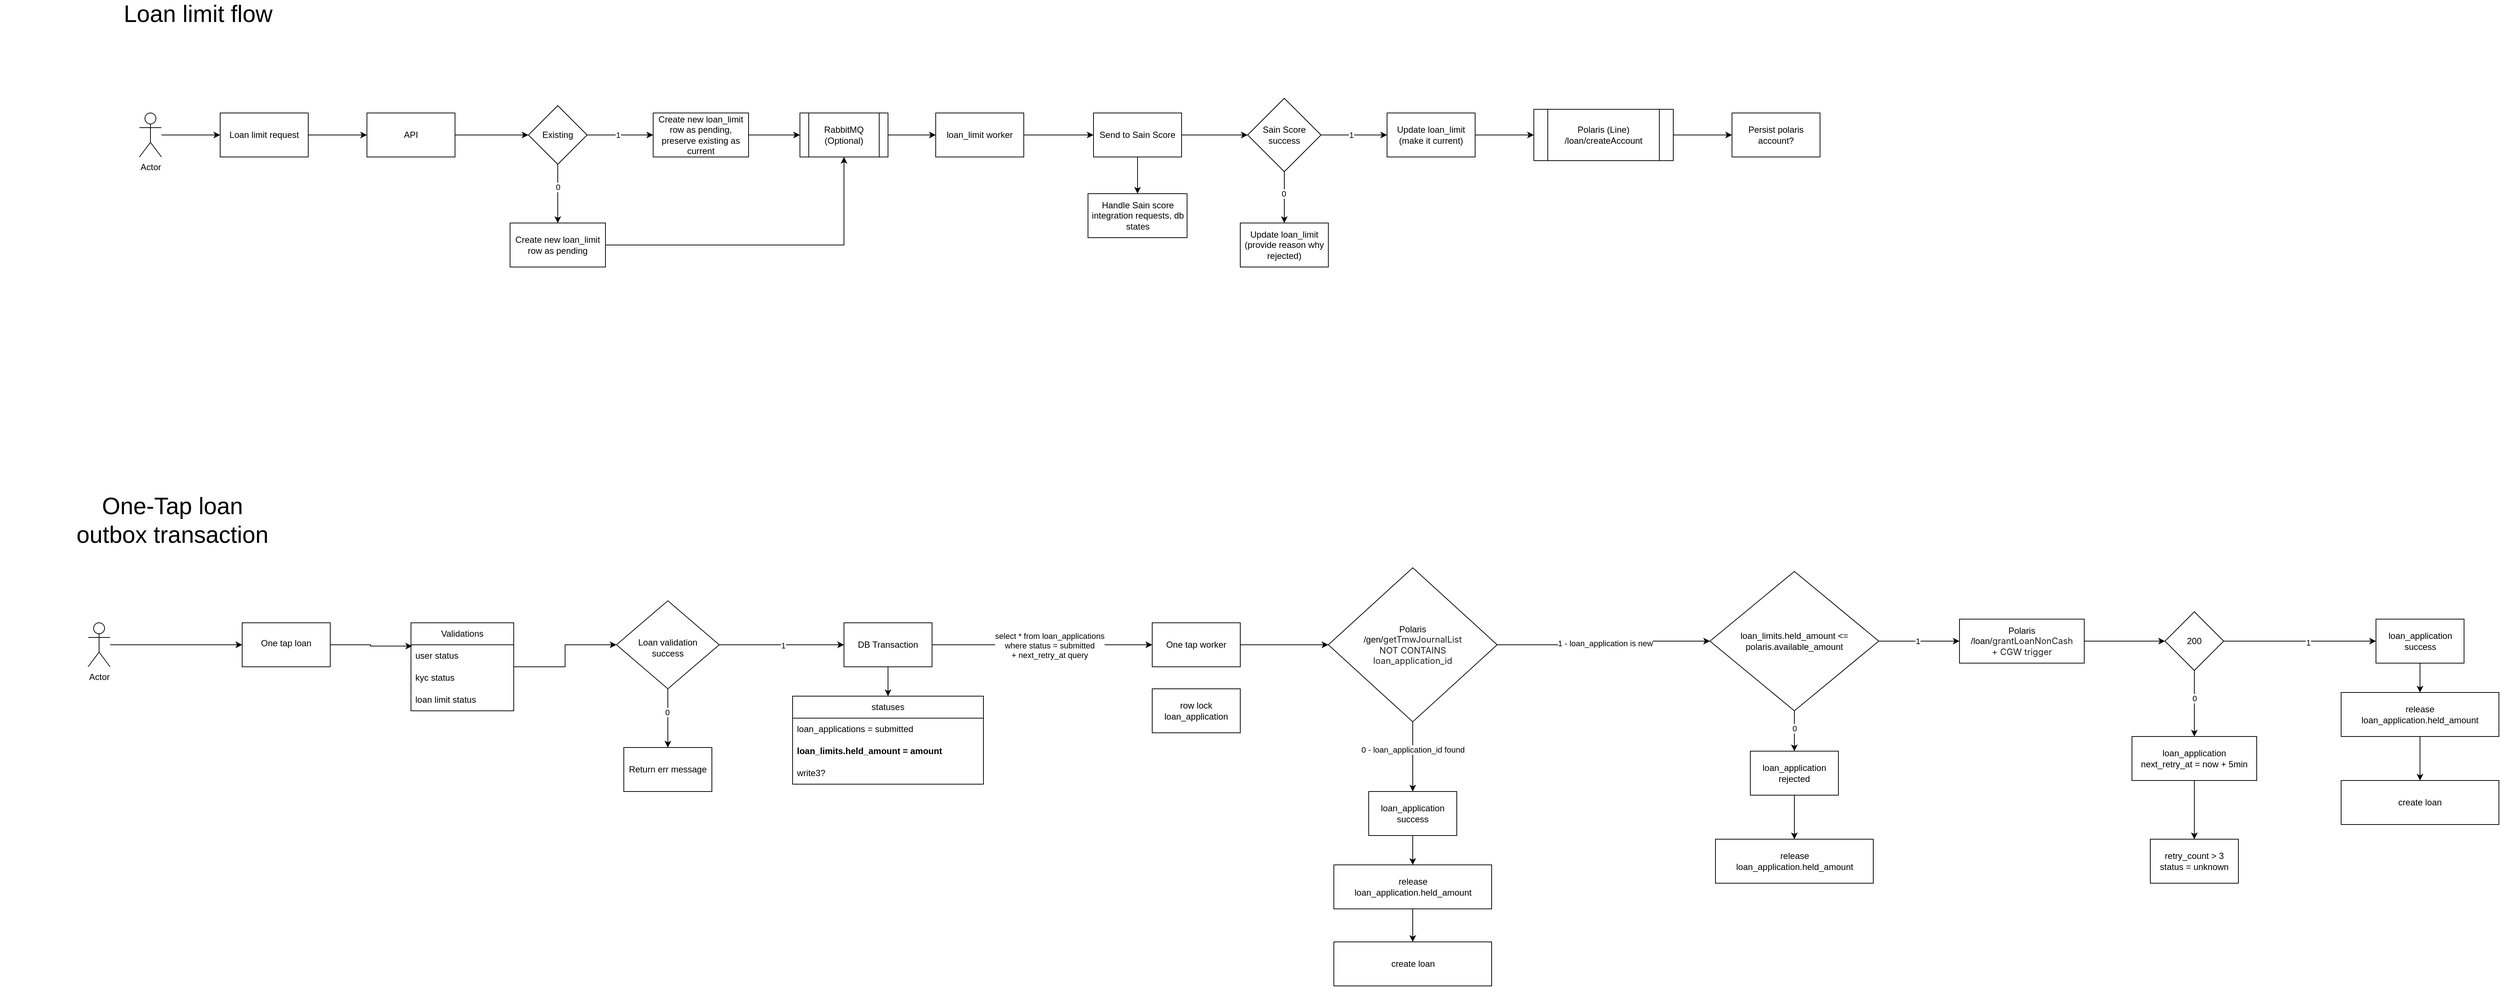
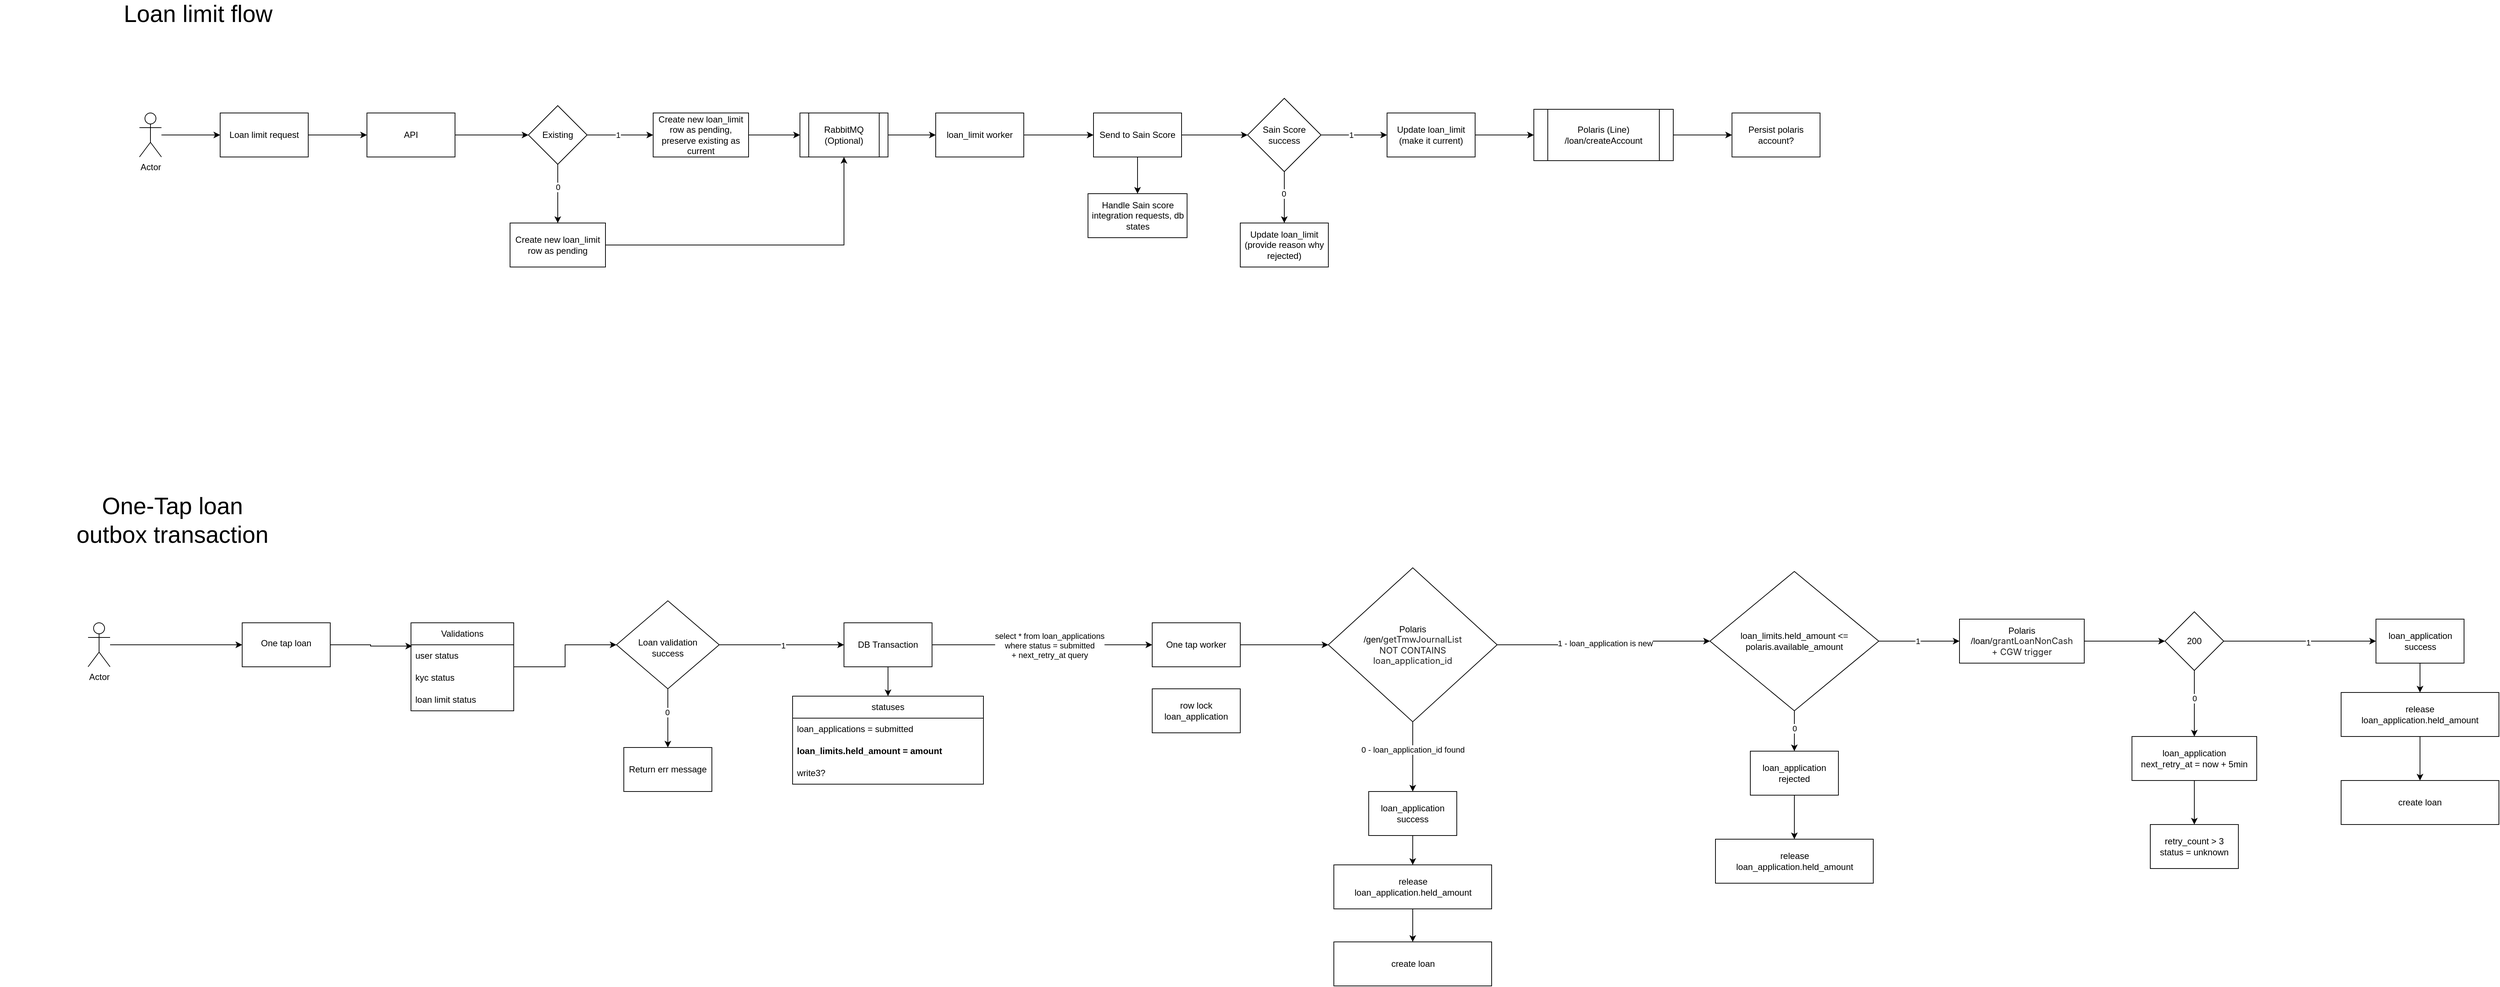
<mxfile host="app.diagrams.net">
  <diagram name="Page-1" id="VCBSuIh8bz7kurrQ0Zaz">
    <mxGraphModel dx="2425" dy="921" grid="1" gridSize="10" guides="1" tooltips="1" connect="1" arrows="1" fold="1" page="1" pageScale="1" pageWidth="850" pageHeight="1100" math="0" shadow="0">
      <root>
        <mxCell id="0" />
        <mxCell id="1" parent="0" />
        <mxCell id="KqixbsF9o6dLofBvsG9t-5" edge="1" parent="1" source="KqixbsF9o6dLofBvsG9t-1" style="edgeStyle=orthogonalEdgeStyle;rounded=0;orthogonalLoop=1;jettySize=auto;html=1;" target="KqixbsF9o6dLofBvsG9t-4" value="">
          <mxGeometry relative="1" as="geometry" />
        </mxCell>
        <mxCell id="KqixbsF9o6dLofBvsG9t-1" parent="1" style="rounded=0;whiteSpace=wrap;html=1;" value="Loan limit request" vertex="1">
          <mxGeometry height="60" width="120" x="150" y="210" as="geometry" />
        </mxCell>
        <mxCell id="KqixbsF9o6dLofBvsG9t-3" edge="1" parent="1" source="KqixbsF9o6dLofBvsG9t-2" style="edgeStyle=orthogonalEdgeStyle;rounded=0;orthogonalLoop=1;jettySize=auto;html=1;" target="KqixbsF9o6dLofBvsG9t-1" value="">
          <mxGeometry relative="1" as="geometry" />
        </mxCell>
        <mxCell id="KqixbsF9o6dLofBvsG9t-2" parent="1" style="shape=umlActor;verticalLabelPosition=bottom;verticalAlign=top;html=1;outlineConnect=0;" value="Actor" vertex="1">
          <mxGeometry height="60" width="30" x="40" y="210" as="geometry" />
        </mxCell>
        <mxCell id="KqixbsF9o6dLofBvsG9t-9" edge="1" parent="1" source="KqixbsF9o6dLofBvsG9t-4" style="edgeStyle=orthogonalEdgeStyle;rounded=0;orthogonalLoop=1;jettySize=auto;html=1;" target="KqixbsF9o6dLofBvsG9t-8" value="">
          <mxGeometry relative="1" as="geometry" />
        </mxCell>
        <mxCell id="KqixbsF9o6dLofBvsG9t-4" parent="1" style="rounded=0;whiteSpace=wrap;html=1;" value="API" vertex="1">
          <mxGeometry height="60" width="120" x="350" y="210" as="geometry" />
        </mxCell>
        <mxCell id="KqixbsF9o6dLofBvsG9t-11" edge="1" parent="1" source="KqixbsF9o6dLofBvsG9t-8" style="edgeStyle=orthogonalEdgeStyle;rounded=0;orthogonalLoop=1;jettySize=auto;html=1;" target="KqixbsF9o6dLofBvsG9t-10" value="">
          <mxGeometry relative="1" as="geometry" />
        </mxCell>
        <mxCell id="KqixbsF9o6dLofBvsG9t-12" connectable="0" parent="KqixbsF9o6dLofBvsG9t-11" style="edgeLabel;html=1;align=center;verticalAlign=middle;resizable=0;points=[];" value="1" vertex="1">
          <mxGeometry relative="1" x="-0.079" as="geometry">
            <mxPoint as="offset" />
          </mxGeometry>
        </mxCell>
        <mxCell id="KqixbsF9o6dLofBvsG9t-14" edge="1" parent="1" source="KqixbsF9o6dLofBvsG9t-8" style="edgeStyle=orthogonalEdgeStyle;rounded=0;orthogonalLoop=1;jettySize=auto;html=1;" target="KqixbsF9o6dLofBvsG9t-13" value="">
          <mxGeometry relative="1" as="geometry" />
        </mxCell>
        <mxCell id="KqixbsF9o6dLofBvsG9t-15" connectable="0" parent="KqixbsF9o6dLofBvsG9t-14" style="edgeLabel;html=1;align=center;verticalAlign=middle;resizable=0;points=[];" value="0" vertex="1">
          <mxGeometry relative="1" x="-0.2407" as="geometry">
            <mxPoint as="offset" />
          </mxGeometry>
        </mxCell>
        <mxCell id="KqixbsF9o6dLofBvsG9t-8" parent="1" style="rhombus;whiteSpace=wrap;html=1;rounded=0;" value="Existing" vertex="1">
          <mxGeometry height="80" width="80" x="570" y="200" as="geometry" />
        </mxCell>
        <mxCell id="KqixbsF9o6dLofBvsG9t-23" edge="1" parent="1" source="KqixbsF9o6dLofBvsG9t-10" style="edgeStyle=orthogonalEdgeStyle;rounded=0;orthogonalLoop=1;jettySize=auto;html=1;" target="KqixbsF9o6dLofBvsG9t-22" value="">
          <mxGeometry relative="1" as="geometry" />
        </mxCell>
        <mxCell id="KqixbsF9o6dLofBvsG9t-10" parent="1" style="whiteSpace=wrap;html=1;rounded=0;" value="Create new loan_limit row as pending, preserve existing as current" vertex="1">
          <mxGeometry height="60" width="130" x="740" y="210" as="geometry" />
        </mxCell>
        <mxCell id="KqixbsF9o6dLofBvsG9t-26" edge="1" parent="1" source="KqixbsF9o6dLofBvsG9t-13" style="edgeStyle=orthogonalEdgeStyle;rounded=0;orthogonalLoop=1;jettySize=auto;html=1;entryX=0.5;entryY=1;entryDx=0;entryDy=0;" target="KqixbsF9o6dLofBvsG9t-22">
          <mxGeometry relative="1" as="geometry" />
        </mxCell>
        <mxCell id="KqixbsF9o6dLofBvsG9t-13" parent="1" style="whiteSpace=wrap;html=1;rounded=0;" value="Create new loan_limit row as pending" vertex="1">
          <mxGeometry height="60" width="130" x="545" y="360" as="geometry" />
        </mxCell>
        <mxCell id="KqixbsF9o6dLofBvsG9t-25" edge="1" parent="1" source="KqixbsF9o6dLofBvsG9t-22" style="edgeStyle=orthogonalEdgeStyle;rounded=0;orthogonalLoop=1;jettySize=auto;html=1;" target="KqixbsF9o6dLofBvsG9t-24" value="">
          <mxGeometry relative="1" as="geometry" />
        </mxCell>
        <mxCell id="KqixbsF9o6dLofBvsG9t-22" parent="1" style="shape=process;whiteSpace=wrap;html=1;backgroundOutline=1;rounded=0;" value="RabbitMQ (Optional)" vertex="1">
          <mxGeometry height="60" width="120" x="940" y="210" as="geometry" />
        </mxCell>
        <mxCell id="KqixbsF9o6dLofBvsG9t-28" edge="1" parent="1" source="KqixbsF9o6dLofBvsG9t-24" style="edgeStyle=orthogonalEdgeStyle;rounded=0;orthogonalLoop=1;jettySize=auto;html=1;" target="KqixbsF9o6dLofBvsG9t-27" value="">
          <mxGeometry relative="1" as="geometry" />
        </mxCell>
        <mxCell id="KqixbsF9o6dLofBvsG9t-24" parent="1" style="whiteSpace=wrap;html=1;rounded=0;" value="loan_limit worker" vertex="1">
          <mxGeometry height="60" width="120" x="1125" y="210" as="geometry" />
        </mxCell>
        <mxCell id="KqixbsF9o6dLofBvsG9t-30" edge="1" parent="1" source="KqixbsF9o6dLofBvsG9t-27" style="edgeStyle=orthogonalEdgeStyle;rounded=0;orthogonalLoop=1;jettySize=auto;html=1;" target="KqixbsF9o6dLofBvsG9t-29" value="">
          <mxGeometry relative="1" as="geometry" />
        </mxCell>
        <mxCell id="KqixbsF9o6dLofBvsG9t-38" edge="1" parent="1" source="KqixbsF9o6dLofBvsG9t-27" style="edgeStyle=orthogonalEdgeStyle;rounded=0;orthogonalLoop=1;jettySize=auto;html=1;" target="KqixbsF9o6dLofBvsG9t-37" value="">
          <mxGeometry relative="1" as="geometry" />
        </mxCell>
        <mxCell id="KqixbsF9o6dLofBvsG9t-27" parent="1" style="whiteSpace=wrap;html=1;rounded=0;" value="Send to Sain Score" vertex="1">
          <mxGeometry height="60" width="120" x="1340" y="210" as="geometry" />
        </mxCell>
        <mxCell id="KqixbsF9o6dLofBvsG9t-32" edge="1" parent="1" source="KqixbsF9o6dLofBvsG9t-29" style="edgeStyle=orthogonalEdgeStyle;rounded=0;orthogonalLoop=1;jettySize=auto;html=1;" target="KqixbsF9o6dLofBvsG9t-31" value="">
          <mxGeometry relative="1" as="geometry" />
        </mxCell>
        <mxCell id="KqixbsF9o6dLofBvsG9t-33" connectable="0" parent="KqixbsF9o6dLofBvsG9t-32" style="edgeLabel;html=1;align=center;verticalAlign=middle;resizable=0;points=[];" value="1" vertex="1">
          <mxGeometry relative="1" x="-0.1048" as="geometry">
            <mxPoint as="offset" />
          </mxGeometry>
        </mxCell>
        <mxCell id="KqixbsF9o6dLofBvsG9t-35" edge="1" parent="1" source="KqixbsF9o6dLofBvsG9t-29" style="edgeStyle=orthogonalEdgeStyle;rounded=0;orthogonalLoop=1;jettySize=auto;html=1;" target="KqixbsF9o6dLofBvsG9t-34" value="">
          <mxGeometry relative="1" as="geometry" />
        </mxCell>
        <mxCell id="KqixbsF9o6dLofBvsG9t-36" connectable="0" parent="KqixbsF9o6dLofBvsG9t-35" style="edgeLabel;html=1;align=center;verticalAlign=middle;resizable=0;points=[];" value="0" vertex="1">
          <mxGeometry relative="1" x="-0.1429" y="-1" as="geometry">
            <mxPoint as="offset" />
          </mxGeometry>
        </mxCell>
        <mxCell id="KqixbsF9o6dLofBvsG9t-29" parent="1" style="rhombus;whiteSpace=wrap;html=1;rounded=0;" value="Sain Score success" vertex="1">
          <mxGeometry height="100" width="100" x="1550" y="190" as="geometry" />
        </mxCell>
        <mxCell id="KqixbsF9o6dLofBvsG9t-66" edge="1" parent="1" source="KqixbsF9o6dLofBvsG9t-31" style="edgeStyle=orthogonalEdgeStyle;rounded=0;orthogonalLoop=1;jettySize=auto;html=1;" target="KqixbsF9o6dLofBvsG9t-65" value="">
          <mxGeometry relative="1" as="geometry" />
        </mxCell>
        <mxCell id="KqixbsF9o6dLofBvsG9t-31" parent="1" style="whiteSpace=wrap;html=1;rounded=0;" value="Update loan_limit (make it current)" vertex="1">
          <mxGeometry height="60" width="120" x="1740" y="210" as="geometry" />
        </mxCell>
        <mxCell id="KqixbsF9o6dLofBvsG9t-34" parent="1" style="whiteSpace=wrap;html=1;rounded=0;" value="Update loan_limit&lt;br&gt;(provide reason why rejected)" vertex="1">
          <mxGeometry height="60" width="120" x="1540" y="360" as="geometry" />
        </mxCell>
        <mxCell id="KqixbsF9o6dLofBvsG9t-37" parent="1" style="whiteSpace=wrap;html=1;rounded=0;" value="Handle Sain score integration requests, db states" vertex="1">
          <mxGeometry height="60" width="135" x="1332.5" y="320" as="geometry" />
        </mxCell>
        <mxCell id="KqixbsF9o6dLofBvsG9t-40" parent="1" style="text;html=1;whiteSpace=wrap;strokeColor=none;fillColor=none;align=center;verticalAlign=middle;rounded=0;fontSize=32;" value="Loan limit flow" vertex="1">
          <mxGeometry height="30" width="260" x="-10" y="60" as="geometry" />
        </mxCell>
        <mxCell id="KqixbsF9o6dLofBvsG9t-74" edge="1" parent="1" source="KqixbsF9o6dLofBvsG9t-65" style="edgeStyle=orthogonalEdgeStyle;rounded=0;orthogonalLoop=1;jettySize=auto;html=1;" target="KqixbsF9o6dLofBvsG9t-73" value="">
          <mxGeometry relative="1" as="geometry" />
        </mxCell>
        <mxCell id="KqixbsF9o6dLofBvsG9t-65" parent="1" style="shape=process;whiteSpace=wrap;html=1;backgroundOutline=1;rounded=0;" value="Polaris (Line)&lt;br&gt;/loan/createAccount" vertex="1">
          <mxGeometry height="70" width="190" x="1940" y="205" as="geometry" />
        </mxCell>
        <mxCell id="KqixbsF9o6dLofBvsG9t-73" parent="1" style="whiteSpace=wrap;html=1;rounded=0;" value="Persist polaris account?" vertex="1">
          <mxGeometry height="60" width="120" x="2210" y="210" as="geometry" />
        </mxCell>
        <mxCell id="U8Ajh8Gpa-m2DNKNFQys-1" parent="1" style="text;html=1;whiteSpace=wrap;strokeColor=none;fillColor=none;align=center;verticalAlign=middle;rounded=0;fontSize=32;" value="One-Tap loan&lt;br&gt;outbox transaction" vertex="1">
          <mxGeometry height="30" width="470" x="-150" y="750" as="geometry" />
        </mxCell>
        <mxCell id="In8fDh9ZLN2M87an2Miy-1" edge="1" parent="1" source="In8fDh9ZLN2M87an2Miy-2" style="edgeStyle=orthogonalEdgeStyle;rounded=0;orthogonalLoop=1;jettySize=auto;html=1;" target="In8fDh9ZLN2M87an2Miy-4" value="">
          <mxGeometry relative="1" as="geometry" />
        </mxCell>
        <mxCell id="In8fDh9ZLN2M87an2Miy-2" parent="1" style="shape=umlActor;verticalLabelPosition=bottom;verticalAlign=top;html=1;outlineConnect=0;" value="Actor" vertex="1">
          <mxGeometry height="60" width="30" x="-30" y="905" as="geometry" />
        </mxCell>
        <mxCell id="In8fDh9ZLN2M87an2Miy-3" edge="1" parent="1" source="In8fDh9ZLN2M87an2Miy-4" style="edgeStyle=orthogonalEdgeStyle;rounded=0;orthogonalLoop=1;jettySize=auto;html=1;entryX=0.011;entryY=0.06;entryDx=0;entryDy=0;entryPerimeter=0;" target="In8fDh9ZLN2M87an2Miy-28" value="">
          <mxGeometry relative="1" as="geometry">
            <mxPoint x="390" y="935" as="targetPoint" />
          </mxGeometry>
        </mxCell>
        <mxCell id="In8fDh9ZLN2M87an2Miy-4" parent="1" style="whiteSpace=wrap;html=1;verticalAlign=top;" value="&lt;div&gt;&lt;br&gt;&lt;/div&gt;&lt;div&gt;One tap loan&lt;/div&gt;" vertex="1">
          <mxGeometry height="60" width="120" x="180" y="905" as="geometry" />
        </mxCell>
        <mxCell id="In8fDh9ZLN2M87an2Miy-5" edge="1" parent="1" source="In8fDh9ZLN2M87an2Miy-9" style="edgeStyle=orthogonalEdgeStyle;rounded=0;orthogonalLoop=1;jettySize=auto;html=1;" target="In8fDh9ZLN2M87an2Miy-12" value="">
          <mxGeometry relative="1" as="geometry" />
        </mxCell>
        <mxCell id="In8fDh9ZLN2M87an2Miy-6" connectable="0" parent="In8fDh9ZLN2M87an2Miy-5" style="edgeLabel;html=1;align=center;verticalAlign=middle;resizable=0;points=[];" value="1" vertex="1">
          <mxGeometry relative="1" x="0.0162" y="-1" as="geometry">
            <mxPoint as="offset" />
          </mxGeometry>
        </mxCell>
        <mxCell id="In8fDh9ZLN2M87an2Miy-7" edge="1" parent="1" source="In8fDh9ZLN2M87an2Miy-9" style="edgeStyle=orthogonalEdgeStyle;rounded=0;orthogonalLoop=1;jettySize=auto;html=1;" target="In8fDh9ZLN2M87an2Miy-13" value="">
          <mxGeometry relative="1" as="geometry" />
        </mxCell>
        <mxCell id="In8fDh9ZLN2M87an2Miy-8" connectable="0" parent="In8fDh9ZLN2M87an2Miy-7" style="edgeLabel;html=1;align=center;verticalAlign=middle;resizable=0;points=[];" value="0" vertex="1">
          <mxGeometry relative="1" x="-0.2091" y="-1" as="geometry">
            <mxPoint as="offset" />
          </mxGeometry>
        </mxCell>
        <mxCell id="In8fDh9ZLN2M87an2Miy-9" parent="1" style="rhombus;whiteSpace=wrap;html=1;verticalAlign=top;" value="&lt;br&gt;&lt;br&gt;&lt;div&gt;&lt;br&gt;&lt;/div&gt;&lt;div&gt;Loan validation&lt;br&gt;success&lt;/div&gt;" vertex="1">
          <mxGeometry height="120" width="140" x="690" y="875" as="geometry" />
        </mxCell>
        <mxCell id="In8fDh9ZLN2M87an2Miy-10" edge="1" parent="1" source="In8fDh9ZLN2M87an2Miy-12" style="edgeStyle=orthogonalEdgeStyle;rounded=0;orthogonalLoop=1;jettySize=auto;html=1;entryX=0.5;entryY=0;entryDx=0;entryDy=0;" target="In8fDh9ZLN2M87an2Miy-14">
          <mxGeometry relative="1" as="geometry" />
        </mxCell>
        <mxCell id="In8fDh9ZLN2M87an2Miy-54" edge="1" parent="1" source="In8fDh9ZLN2M87an2Miy-12" style="edgeStyle=orthogonalEdgeStyle;rounded=0;orthogonalLoop=1;jettySize=auto;html=1;" target="In8fDh9ZLN2M87an2Miy-53" value="">
          <mxGeometry relative="1" as="geometry" />
        </mxCell>
        <mxCell id="In8fDh9ZLN2M87an2Miy-55" connectable="0" parent="In8fDh9ZLN2M87an2Miy-54" style="edgeLabel;html=1;align=center;verticalAlign=middle;resizable=0;points=[];" value="select * from loan_applications&lt;br&gt;where status = submitted&lt;br&gt;+ next_retry_at query" vertex="1">
          <mxGeometry relative="1" x="0.0637" y="-1" as="geometry">
            <mxPoint as="offset" />
          </mxGeometry>
        </mxCell>
        <mxCell id="In8fDh9ZLN2M87an2Miy-12" parent="1" style="whiteSpace=wrap;html=1;verticalAlign=middle;" value="DB Transaction" vertex="1">
          <mxGeometry height="60" width="120" x="1000" y="905" as="geometry" />
        </mxCell>
        <mxCell id="In8fDh9ZLN2M87an2Miy-13" parent="1" style="whiteSpace=wrap;html=1;verticalAlign=middle;" value="Return err message" vertex="1">
          <mxGeometry height="60" width="120" x="700" y="1075" as="geometry" />
        </mxCell>
        <mxCell id="In8fDh9ZLN2M87an2Miy-14" parent="1" style="swimlane;fontStyle=0;childLayout=stackLayout;horizontal=1;startSize=30;horizontalStack=0;resizeParent=1;resizeParentMax=0;resizeLast=0;collapsible=1;marginBottom=0;whiteSpace=wrap;html=1;" value="statuses" vertex="1">
          <mxGeometry height="120" width="260" x="930" y="1005" as="geometry" />
        </mxCell>
        <mxCell id="In8fDh9ZLN2M87an2Miy-15" parent="In8fDh9ZLN2M87an2Miy-14" style="text;strokeColor=none;fillColor=none;align=left;verticalAlign=middle;spacingLeft=4;spacingRight=4;overflow=hidden;points=[[0,0.5],[1,0.5]];portConstraint=eastwest;rotatable=0;whiteSpace=wrap;html=1;" value="loan_applications = submitted" vertex="1">
          <mxGeometry height="30" width="260" y="30" as="geometry" />
        </mxCell>
        <mxCell id="In8fDh9ZLN2M87an2Miy-16" parent="In8fDh9ZLN2M87an2Miy-14" style="text;strokeColor=none;fillColor=none;align=left;verticalAlign=middle;spacingLeft=4;spacingRight=4;overflow=hidden;points=[[0,0.5],[1,0.5]];portConstraint=eastwest;rotatable=0;whiteSpace=wrap;html=1;fontStyle=1" value="loan_limits.held_amount = amount" vertex="1">
          <mxGeometry height="30" width="260" y="60" as="geometry" />
        </mxCell>
        <mxCell id="In8fDh9ZLN2M87an2Miy-17" parent="In8fDh9ZLN2M87an2Miy-14" style="text;strokeColor=none;fillColor=none;align=left;verticalAlign=middle;spacingLeft=4;spacingRight=4;overflow=hidden;points=[[0,0.5],[1,0.5]];portConstraint=eastwest;rotatable=0;whiteSpace=wrap;html=1;" value="write3?" vertex="1">
          <mxGeometry height="30" width="260" y="90" as="geometry" />
        </mxCell>
        <mxCell id="In8fDh9ZLN2M87an2Miy-32" edge="1" parent="1" source="In8fDh9ZLN2M87an2Miy-27" style="edgeStyle=orthogonalEdgeStyle;rounded=0;orthogonalLoop=1;jettySize=auto;html=1;entryX=0;entryY=0.5;entryDx=0;entryDy=0;" target="In8fDh9ZLN2M87an2Miy-9">
          <mxGeometry relative="1" as="geometry" />
        </mxCell>
        <mxCell id="In8fDh9ZLN2M87an2Miy-27" parent="1" style="swimlane;fontStyle=0;childLayout=stackLayout;horizontal=1;startSize=30;horizontalStack=0;resizeParent=1;resizeParentMax=0;resizeLast=0;collapsible=1;marginBottom=0;whiteSpace=wrap;html=1;" value="Validations" vertex="1">
          <mxGeometry height="120" width="140" x="410" y="905" as="geometry" />
        </mxCell>
        <mxCell id="In8fDh9ZLN2M87an2Miy-28" parent="In8fDh9ZLN2M87an2Miy-27" style="text;strokeColor=none;fillColor=none;align=left;verticalAlign=middle;spacingLeft=4;spacingRight=4;overflow=hidden;points=[[0,0.5],[1,0.5]];portConstraint=eastwest;rotatable=0;whiteSpace=wrap;html=1;" value="user status" vertex="1">
          <mxGeometry height="30" width="140" y="30" as="geometry" />
        </mxCell>
        <mxCell id="In8fDh9ZLN2M87an2Miy-29" parent="In8fDh9ZLN2M87an2Miy-27" style="text;strokeColor=none;fillColor=none;align=left;verticalAlign=middle;spacingLeft=4;spacingRight=4;overflow=hidden;points=[[0,0.5],[1,0.5]];portConstraint=eastwest;rotatable=0;whiteSpace=wrap;html=1;" value="kyc status" vertex="1">
          <mxGeometry height="30" width="140" y="60" as="geometry" />
        </mxCell>
        <mxCell id="In8fDh9ZLN2M87an2Miy-33" parent="In8fDh9ZLN2M87an2Miy-27" style="text;strokeColor=none;fillColor=none;align=left;verticalAlign=middle;spacingLeft=4;spacingRight=4;overflow=hidden;points=[[0,0.5],[1,0.5]];portConstraint=eastwest;rotatable=0;whiteSpace=wrap;html=1;" value="loan limit status" vertex="1">
          <mxGeometry height="30" width="140" y="90" as="geometry" />
        </mxCell>
        <mxCell id="In8fDh9ZLN2M87an2Miy-70" edge="1" parent="1" source="In8fDh9ZLN2M87an2Miy-53" style="edgeStyle=orthogonalEdgeStyle;rounded=0;orthogonalLoop=1;jettySize=auto;html=1;entryX=0;entryY=0.5;entryDx=0;entryDy=0;" target="In8fDh9ZLN2M87an2Miy-69">
          <mxGeometry relative="1" as="geometry" />
        </mxCell>
        <mxCell id="In8fDh9ZLN2M87an2Miy-53" parent="1" style="whiteSpace=wrap;html=1;" value="One tap worker" vertex="1">
          <mxGeometry height="60" width="120" x="1420" y="905" as="geometry" />
        </mxCell>
        <mxCell id="In8fDh9ZLN2M87an2Miy-67" edge="1" parent="1" source="In8fDh9ZLN2M87an2Miy-58" style="edgeStyle=orthogonalEdgeStyle;rounded=0;orthogonalLoop=1;jettySize=auto;html=1;entryX=0;entryY=0.5;entryDx=0;entryDy=0;" target="In8fDh9ZLN2M87an2Miy-66" value="">
          <mxGeometry relative="1" as="geometry">
            <mxPoint x="2815" y="930" as="targetPoint" />
          </mxGeometry>
        </mxCell>
        <mxCell id="In8fDh9ZLN2M87an2Miy-58" parent="1" style="whiteSpace=wrap;html=1;" value="Polaris /loan/&lt;span style=&quot;color: rgb(33, 33, 33); font-family: Inter, system-ui, -apple-system, &amp;quot;system-ui&amp;quot;, &amp;quot;Segoe UI&amp;quot;, Roboto, Oxygen, Ubuntu, Cantarell, &amp;quot;Fira Sans&amp;quot;, &amp;quot;Droid Sans&amp;quot;, Helvetica, Arial, sans-serif; text-align: left; white-space: pre-wrap; background-color: rgb(255, 255, 255);&quot;&gt;grantLoanNonCash&lt;br/&gt;+ CGW trigger&lt;/span&gt;" vertex="1">
          <mxGeometry height="60" width="170" x="2520" y="900" as="geometry" />
        </mxCell>
        <mxCell id="In8fDh9ZLN2M87an2Miy-62" edge="1" parent="1" source="In8fDh9ZLN2M87an2Miy-59" style="edgeStyle=orthogonalEdgeStyle;rounded=0;orthogonalLoop=1;jettySize=auto;html=1;" target="In8fDh9ZLN2M87an2Miy-61" value="">
          <mxGeometry relative="1" as="geometry" />
        </mxCell>
        <mxCell id="In8fDh9ZLN2M87an2Miy-91" connectable="0" parent="In8fDh9ZLN2M87an2Miy-62" style="edgeLabel;html=1;align=center;verticalAlign=middle;resizable=0;points=[];" value="0" vertex="1">
          <mxGeometry relative="1" x="-0.1431" as="geometry">
            <mxPoint as="offset" />
          </mxGeometry>
        </mxCell>
        <mxCell id="In8fDh9ZLN2M87an2Miy-65" edge="1" parent="1" source="In8fDh9ZLN2M87an2Miy-59" style="edgeStyle=orthogonalEdgeStyle;rounded=0;orthogonalLoop=1;jettySize=auto;html=1;" target="In8fDh9ZLN2M87an2Miy-58">
          <mxGeometry relative="1" as="geometry" />
        </mxCell>
        <mxCell id="In8fDh9ZLN2M87an2Miy-90" connectable="0" parent="In8fDh9ZLN2M87an2Miy-65" style="edgeLabel;html=1;align=center;verticalAlign=middle;resizable=0;points=[];" value="1" vertex="1">
          <mxGeometry relative="1" x="-0.0451" as="geometry">
            <mxPoint as="offset" />
          </mxGeometry>
        </mxCell>
        <mxCell id="In8fDh9ZLN2M87an2Miy-59" parent="1" style="rhombus;whiteSpace=wrap;html=1;" value="loan_limits.held_amount &amp;lt;= polaris.available_amount" vertex="1">
          <mxGeometry height="190" width="230" x="2180" y="835" as="geometry" />
        </mxCell>
        <mxCell id="In8fDh9ZLN2M87an2Miy-64" edge="1" parent="1" source="In8fDh9ZLN2M87an2Miy-61" style="edgeStyle=orthogonalEdgeStyle;rounded=0;orthogonalLoop=1;jettySize=auto;html=1;" target="In8fDh9ZLN2M87an2Miy-63" value="">
          <mxGeometry relative="1" as="geometry" />
        </mxCell>
        <mxCell id="In8fDh9ZLN2M87an2Miy-61" parent="1" style="whiteSpace=wrap;html=1;" value="loan_application&lt;br&gt;rejected" vertex="1">
          <mxGeometry height="60" width="120" x="2235" y="1080" as="geometry" />
        </mxCell>
        <mxCell id="In8fDh9ZLN2M87an2Miy-63" parent="1" style="whiteSpace=wrap;html=1;" value="release &lt;br&gt;loan_application.held_amount" vertex="1">
          <mxGeometry height="60" width="215" x="2187.5" y="1200" as="geometry" />
        </mxCell>
        <mxCell id="In8fDh9ZLN2M87an2Miy-81" edge="1" parent="1" source="In8fDh9ZLN2M87an2Miy-66" style="edgeStyle=orthogonalEdgeStyle;rounded=0;orthogonalLoop=1;jettySize=auto;html=1;entryX=0;entryY=0.5;entryDx=0;entryDy=0;" target="In8fDh9ZLN2M87an2Miy-79">
          <mxGeometry relative="1" as="geometry" />
        </mxCell>
        <mxCell id="In8fDh9ZLN2M87an2Miy-92" connectable="0" parent="In8fDh9ZLN2M87an2Miy-81" style="edgeLabel;html=1;align=center;verticalAlign=middle;resizable=0;points=[];" value="1" vertex="1">
          <mxGeometry relative="1" x="0.1055" y="-2" as="geometry">
            <mxPoint as="offset" />
          </mxGeometry>
        </mxCell>
        <mxCell id="In8fDh9ZLN2M87an2Miy-83" edge="1" parent="1" source="In8fDh9ZLN2M87an2Miy-66" style="edgeStyle=orthogonalEdgeStyle;rounded=0;orthogonalLoop=1;jettySize=auto;html=1;" target="In8fDh9ZLN2M87an2Miy-82" value="">
          <mxGeometry relative="1" as="geometry" />
        </mxCell>
        <mxCell id="In8fDh9ZLN2M87an2Miy-93" connectable="0" parent="In8fDh9ZLN2M87an2Miy-83" style="edgeLabel;html=1;align=center;verticalAlign=middle;resizable=0;points=[];" value="0" vertex="1">
          <mxGeometry relative="1" x="-0.1623" as="geometry">
            <mxPoint as="offset" />
          </mxGeometry>
        </mxCell>
        <mxCell id="In8fDh9ZLN2M87an2Miy-66" parent="1" style="rhombus;whiteSpace=wrap;html=1;" value="200" vertex="1">
          <mxGeometry height="80" width="80" x="2800" y="890" as="geometry" />
        </mxCell>
        <mxCell id="In8fDh9ZLN2M87an2Miy-68" parent="1" style="whiteSpace=wrap;html=1;" value="row lock&lt;br&gt;loan_application" vertex="1">
          <mxGeometry height="60" width="120" x="1420" y="995" as="geometry" />
        </mxCell>
        <mxCell id="In8fDh9ZLN2M87an2Miy-71" edge="1" parent="1" source="In8fDh9ZLN2M87an2Miy-69" style="edgeStyle=orthogonalEdgeStyle;rounded=0;orthogonalLoop=1;jettySize=auto;html=1;entryX=0;entryY=0.5;entryDx=0;entryDy=0;" target="In8fDh9ZLN2M87an2Miy-59">
          <mxGeometry relative="1" as="geometry" />
        </mxCell>
        <mxCell id="In8fDh9ZLN2M87an2Miy-77" connectable="0" parent="In8fDh9ZLN2M87an2Miy-71" style="edgeLabel;html=1;align=center;verticalAlign=middle;resizable=0;points=[];" value="1 - loan_application is new" vertex="1">
          <mxGeometry relative="1" x="0.0312" y="-3" as="geometry">
            <mxPoint as="offset" />
          </mxGeometry>
        </mxCell>
        <mxCell id="In8fDh9ZLN2M87an2Miy-73" edge="1" parent="1" source="In8fDh9ZLN2M87an2Miy-69" style="edgeStyle=orthogonalEdgeStyle;rounded=0;orthogonalLoop=1;jettySize=auto;html=1;" target="In8fDh9ZLN2M87an2Miy-72" value="">
          <mxGeometry relative="1" as="geometry" />
        </mxCell>
        <mxCell id="In8fDh9ZLN2M87an2Miy-74" connectable="0" parent="In8fDh9ZLN2M87an2Miy-73" style="edgeLabel;html=1;align=center;verticalAlign=middle;resizable=0;points=[];" value="0 - loan_application_id found" vertex="1">
          <mxGeometry relative="1" x="-0.1975" as="geometry">
            <mxPoint as="offset" />
          </mxGeometry>
        </mxCell>
        <mxCell id="In8fDh9ZLN2M87an2Miy-69" parent="1" style="rhombus;whiteSpace=wrap;html=1;" value="Polaris&lt;br&gt;/gen/&lt;span style=&quot;white-space: pre-wrap; color: rgb(33, 33, 33); font-family: Inter, system-ui, -apple-system, &amp;quot;system-ui&amp;quot;, &amp;quot;Segoe UI&amp;quot;, Roboto, Oxygen, Ubuntu, Cantarell, &amp;quot;Fira Sans&amp;quot;, &amp;quot;Droid Sans&amp;quot;, Helvetica, Arial, sans-serif; text-align: left; background-color: rgb(255, 255, 255);&quot;&gt;getTmwJournalList&lt;br&gt;NOT CONTAINS&lt;br&gt;loan_application_id&lt;/span&gt;" vertex="1">
          <mxGeometry height="210" width="230" x="1660" y="830" as="geometry" />
        </mxCell>
        <mxCell id="In8fDh9ZLN2M87an2Miy-76" edge="1" parent="1" source="In8fDh9ZLN2M87an2Miy-72" style="edgeStyle=orthogonalEdgeStyle;rounded=0;orthogonalLoop=1;jettySize=auto;html=1;" target="In8fDh9ZLN2M87an2Miy-75" value="">
          <mxGeometry relative="1" as="geometry" />
        </mxCell>
        <mxCell id="In8fDh9ZLN2M87an2Miy-72" parent="1" style="whiteSpace=wrap;html=1;" value="loan_application&lt;br&gt;success" vertex="1">
          <mxGeometry height="60" width="120" x="1715" y="1135" as="geometry" />
        </mxCell>
        <mxCell id="In8fDh9ZLN2M87an2Miy-85" edge="1" parent="1" source="In8fDh9ZLN2M87an2Miy-75" style="edgeStyle=orthogonalEdgeStyle;rounded=0;orthogonalLoop=1;jettySize=auto;html=1;" target="In8fDh9ZLN2M87an2Miy-84" value="">
          <mxGeometry relative="1" as="geometry" />
        </mxCell>
        <mxCell id="In8fDh9ZLN2M87an2Miy-75" parent="1" style="whiteSpace=wrap;html=1;" value="release &lt;br&gt;loan_application.held_amount" vertex="1">
          <mxGeometry height="60" width="215" x="1667.5" y="1235" as="geometry" />
        </mxCell>
        <mxCell id="In8fDh9ZLN2M87an2Miy-78" edge="1" parent="1" source="In8fDh9ZLN2M87an2Miy-79" style="edgeStyle=orthogonalEdgeStyle;rounded=0;orthogonalLoop=1;jettySize=auto;html=1;" target="In8fDh9ZLN2M87an2Miy-80" value="">
          <mxGeometry relative="1" as="geometry" />
        </mxCell>
        <mxCell id="In8fDh9ZLN2M87an2Miy-79" parent="1" style="whiteSpace=wrap;html=1;" value="loan_application&lt;br&gt;success" vertex="1">
          <mxGeometry height="60" width="120" x="3087.5" y="900" as="geometry" />
        </mxCell>
        <mxCell id="In8fDh9ZLN2M87an2Miy-89" edge="1" parent="1" source="In8fDh9ZLN2M87an2Miy-80" style="edgeStyle=orthogonalEdgeStyle;rounded=0;orthogonalLoop=1;jettySize=auto;html=1;" target="In8fDh9ZLN2M87an2Miy-88" value="">
          <mxGeometry relative="1" as="geometry" />
        </mxCell>
        <mxCell id="In8fDh9ZLN2M87an2Miy-80" parent="1" style="whiteSpace=wrap;html=1;" value="release &lt;br&gt;loan_application.held_amount" vertex="1">
          <mxGeometry height="60" width="215" x="3040" y="1000" as="geometry" />
        </mxCell>
        <mxCell id="In8fDh9ZLN2M87an2Miy-95" edge="1" parent="1" source="In8fDh9ZLN2M87an2Miy-82" style="edgeStyle=orthogonalEdgeStyle;rounded=0;orthogonalLoop=1;jettySize=auto;html=1;" target="In8fDh9ZLN2M87an2Miy-94" value="">
          <mxGeometry relative="1" as="geometry" />
        </mxCell>
        <mxCell id="In8fDh9ZLN2M87an2Miy-82" parent="1" style="whiteSpace=wrap;html=1;" value="loan_application&lt;br&gt;next_retry_at = now + 5min" vertex="1">
          <mxGeometry height="60" width="170" x="2755" y="1060" as="geometry" />
        </mxCell>
        <mxCell id="In8fDh9ZLN2M87an2Miy-84" parent="1" style="whiteSpace=wrap;html=1;" value="create loan" vertex="1">
          <mxGeometry height="60" width="215" x="1667.5" y="1340" as="geometry" />
        </mxCell>
        <mxCell id="In8fDh9ZLN2M87an2Miy-88" parent="1" style="whiteSpace=wrap;html=1;" value="create loan" vertex="1">
          <mxGeometry height="60" width="215" x="3040" y="1120" as="geometry" />
        </mxCell>
        <mxCell id="In8fDh9ZLN2M87an2Miy-94" parent="1" style="whiteSpace=wrap;html=1;" value="retry_count &amp;gt; 3&lt;br&gt;status = unknown" vertex="1">
-           <mxGeometry height="60" width="120" x="2780" y="1200" as="geometry" />
+           <mxGeometry height="60" width="120" x="2780" y="1180" as="geometry" />
        </mxCell>
      </root>
    </mxGraphModel>
  </diagram>
</mxfile>
